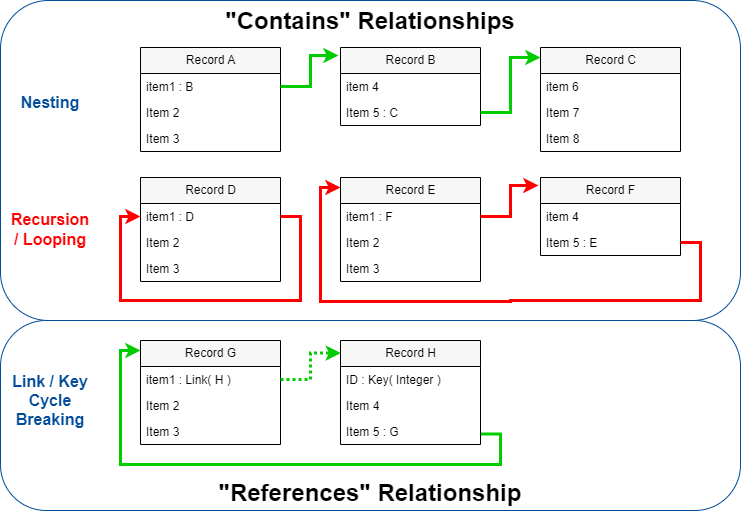
This is images/contains-references.drawio.png from oasis-tcs/openc2-jadn-im, a draw.io export, as it was before one commit. Source tidied: cells renumbered, new cells last; positions are measured from the earlier drawing's top-left corner, leaving out a move shared by most shapes.
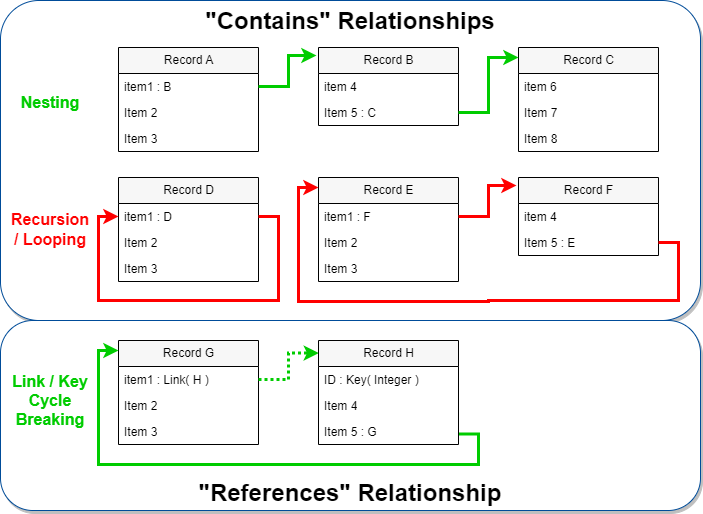
The same file after the commit.

Commit message:
refine fig 4-1

Change to the diagram source:
```diff
@@ -2,12 +2,12 @@
   <root>
     <mxCell id="0" />
     <mxCell id="1" parent="0" />
+    <mxCell id="3" value="&quot;Contains&quot; Relationships" style="rounded=1;whiteSpace=wrap;html=1;labelPosition=center;verticalLabelPosition=middle;align=center;verticalAlign=top;strokeColor=#004C99;fontSize=24;fontStyle=1;arcSize=12;shadow=1;" parent="1" vertex="1">
+      <mxGeometry x="22" width="700" height="320" as="geometry" />
+    </mxCell>
-    <mxCell id="2" value="&quot;References&quot;&amp;nbsp;&lt;span style=&quot;font-size: 24px;&quot;&gt;Relationship&lt;/span&gt;" style="rounded=1;whiteSpace=wrap;html=1;labelPosition=center;verticalLabelPosition=middle;align=center;verticalAlign=bottom;strokeColor=#004C99;arcSize=24;fontSize=24;fontStyle=1;" parent="1" vertex="1">
-      <mxGeometry y="320" width="740" height="190" as="geometry" />
+    <mxCell id="2" value="&quot;References&quot;&amp;nbsp;&lt;span style=&quot;font-size: 24px;&quot;&gt;Relationship&lt;/span&gt;" style="rounded=1;whiteSpace=wrap;html=1;labelPosition=center;verticalLabelPosition=middle;align=center;verticalAlign=bottom;strokeColor=#004C99;arcSize=17;fontSize=24;fontStyle=1;shadow=1;" parent="1" vertex="1">
+      <mxGeometry x="22" y="320" width="700" height="190" as="geometry" />
     </mxCell>
-    <mxCell id="3" value="&quot;Contains&quot; Relationships" style="rounded=1;whiteSpace=wrap;html=1;labelPosition=center;verticalLabelPosition=middle;align=center;verticalAlign=top;strokeColor=#004C99;fontSize=24;fontStyle=1;" parent="1" vertex="1">
-      <mxGeometry width="740" height="320" as="geometry" />
-    </mxCell>
     <mxCell id="4" value="Types &amp; LInks" parent="0" />
     <mxCell id="5" value="Record A" style="swimlane;fontStyle=0;horizontal=1;startSize=26;fillColor=#F7F7F7;html=1;" parent="4" vertex="1">
       <mxGeometry x="140" y="47" width="140" height="104" as="geometry" />
@@ -84,11 +84,11 @@
         </Array>
       </mxGeometry>
     </mxCell>
-    <mxCell id="27" value="Nesting" style="text;html=1;strokeColor=none;fillColor=none;align=center;verticalAlign=middle;whiteSpace=wrap;rounded=0;fontSize=16;fontStyle=1;fontColor=#004C99;" parent="4" vertex="1">
-      <mxGeometry x="20" y="87" width="60" height="30" as="geometry" />
+    <mxCell id="27" value="Nesting" style="text;html=1;strokeColor=none;fillColor=none;align=center;verticalAlign=middle;whiteSpace=wrap;rounded=0;fontSize=16;fontStyle=1;fontColor=#00CC00;shadow=0;" parent="4" vertex="1">
+      <mxGeometry x="42" y="87" width="60" height="30" as="geometry" />
     </mxCell>
-    <mxCell id="28" value="Recursion / Looping" style="text;html=1;strokeColor=none;fillColor=none;align=center;verticalAlign=middle;whiteSpace=wrap;rounded=0;fontSize=16;fontStyle=1;fontColor=#FF0000;" parent="4" vertex="1">
-      <mxGeometry x="20" y="214" width="60" height="30" as="geometry" />
+    <mxCell id="28" value="Recursion / Looping" style="text;html=1;strokeColor=none;fillColor=none;align=center;verticalAlign=middle;whiteSpace=wrap;rounded=0;fontSize=16;fontStyle=1;fontColor=#FF0000;shadow=0;" parent="4" vertex="1">
+      <mxGeometry x="42" y="214" width="60" height="30" as="geometry" />
     </mxCell>
     <mxCell id="29" value="Record D" style="swimlane;fontStyle=0;horizontal=1;startSize=26;fillColor=#F7F7F7;html=1;" parent="4" vertex="1">
       <mxGeometry x="140" y="177" width="140" height="104" as="geometry" />
@@ -149,8 +149,8 @@
     <mxCell id="43" value="Item 5 : G" style="text;strokeColor=none;fillColor=none;align=left;verticalAlign=top;spacingLeft=4;spacingRight=4;overflow=hidden;points=[[0,0.5],[1,0.5]];portConstraint=eastwest;whiteSpace=wrap;html=1;" parent="40" vertex="1">
       <mxGeometry y="78" width="140" height="26" as="geometry" />
     </mxCell>
-    <mxCell id="44" value="Link / Key Cycle Breaking" style="text;html=1;strokeColor=none;fillColor=none;align=center;verticalAlign=middle;whiteSpace=wrap;rounded=0;fontSize=16;fontStyle=1;fontColor=#004C99;" parent="4" vertex="1">
-      <mxGeometry x="10" y="385" width="80" height="30" as="geometry" />
+    <mxCell id="44" value="Link / Key Cycle Breaking" style="text;html=1;strokeColor=none;fillColor=none;align=center;verticalAlign=middle;whiteSpace=wrap;rounded=0;fontSize=16;fontStyle=1;fontColor=#00CC00;shadow=0;" parent="4" vertex="1">
+      <mxGeometry x="32" y="385" width="80" height="30" as="geometry" />
     </mxCell>
   </root>
 </mxGraphModel>
```
